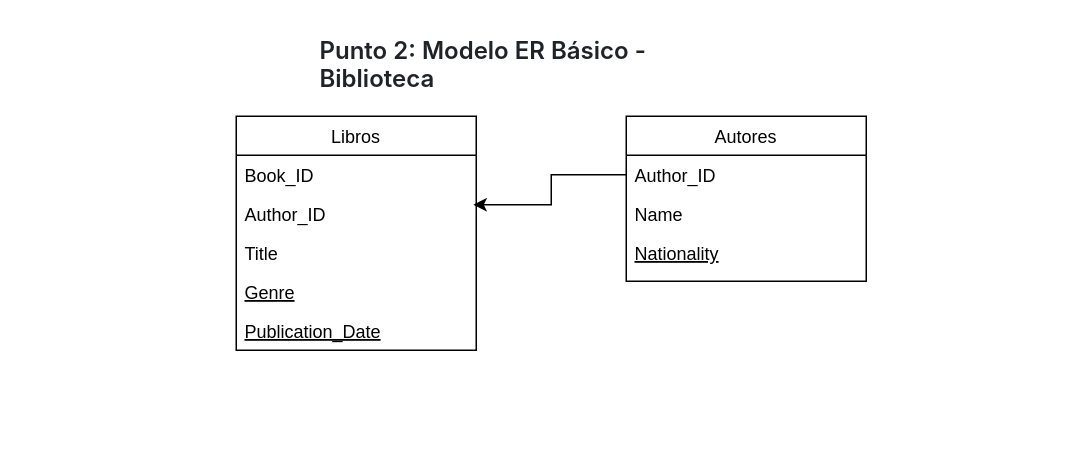
Above: Diagrama sin título.drawio in luiscarlos370/ProyectoFJS (draw.io), before the change. Source tidied: cells renumbered, new cells numbered last; positions are measured from the earlier drawing's top-left corner, leaving out a move shared by most shapes. Both pictures are drawn from the tidied source at 150%, with x=0, y=0 at pixel (236, 26).
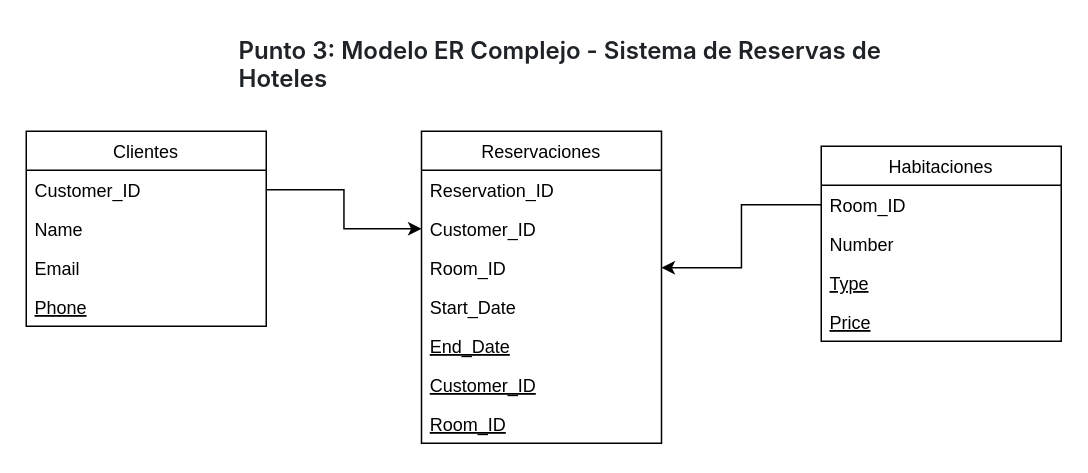
After the change.

Change to the diagram source:
```diff
@@
-    <mxCell id="2" value="Libros" style="swimlane;fontStyle=0;align=center;verticalAlign=top;horizontal=1;startSize=26;rounded=0;shadow=0;strokeWidth=1;" parent="1" vertex="1">
-      <mxGeometry y="60" width="160" height="156" as="geometry" />
+    <mxCell id="2" value="Clientes" style="swimlane;fontStyle=0;align=center;verticalAlign=top;horizontal=1;startSize=26;rounded=0;shadow=0;strokeWidth=1;" parent="1" vertex="1">
+      <mxGeometry x="-140" y="70" width="160" height="130" as="geometry" />
     </mxCell>
-    <mxCell id="3" value="Book_ID" style="text;align=left;verticalAlign=top;spacingLeft=4;spacingRight=4;overflow=hidden;points=[[0,0.5],[1,0.5]];portConstraint=eastwest;" parent="2" vertex="1">
+    <mxCell id="3" value="Customer_ID" style="text;align=left;verticalAlign=top;spacingLeft=4;spacingRight=4;overflow=hidden;points=[[0,0.5],[1,0.5]];portConstraint=eastwest;" parent="2" vertex="1">
       <mxGeometry y="26" width="160" height="26" as="geometry" />
     </mxCell>
-    <mxCell id="4" value="Author_ID" style="text;align=left;verticalAlign=top;spacingLeft=4;spacingRight=4;overflow=hidden;points=[[0,0.5],[1,0.5]];portConstraint=eastwest;" parent="2" vertex="1">
+    <mxCell id="4" value="Name" style="text;align=left;verticalAlign=top;spacingLeft=4;spacingRight=4;overflow=hidden;points=[[0,0.5],[1,0.5]];portConstraint=eastwest;" parent="2" vertex="1">
       <mxGeometry y="52" width="160" height="26" as="geometry" />
     </mxCell>
-    <mxCell id="5" value="Title" style="text;align=left;verticalAlign=top;spacingLeft=4;spacingRight=4;overflow=hidden;rounded=0;shadow=0;html=0;" parent="2" vertex="1">
+    <mxCell id="5" value="Email" style="text;align=left;verticalAlign=top;spacingLeft=4;spacingRight=4;overflow=hidden;rounded=0;shadow=0;html=0;" parent="2" vertex="1">
       <mxGeometry y="78" width="160" height="26" as="geometry" />
     </mxCell>
-    <mxCell id="6" value="Genre" style="text;align=left;verticalAlign=top;spacingLeft=4;spacingRight=4;overflow=hidden;fontStyle=4;" parent="2" vertex="1">
+    <mxCell id="6" value="Phone" style="text;align=left;verticalAlign=top;spacingLeft=4;spacingRight=4;overflow=hidden;fontStyle=4;" parent="2" vertex="1">
       <mxGeometry y="104" width="160" height="26" as="geometry" />
     </mxCell>
-    <mxCell id="7" value="Publication_Date" style="text;align=left;verticalAlign=top;spacingLeft=4;spacingRight=4;overflow=hidden;fontStyle=4;" parent="2" vertex="1">
-      <mxGeometry y="130" width="160" height="26" as="geometry" />
-    </mxCell>
-    <mxCell id="8" value="&lt;span style=&quot;box-sizing: border-box; font-weight: var(--base-text-weight-semibold, 600); color: rgb(31, 35, 40); font-family: -apple-system, BlinkMacSystemFont, &amp;quot;Segoe UI&amp;quot;, &amp;quot;Noto Sans&amp;quot;, Helvetica, Arial, sans-serif, &amp;quot;Apple Color Emoji&amp;quot;, &amp;quot;Segoe UI Emoji&amp;quot;; font-size: 16px; background-color: rgb(255, 255, 255);&quot;&gt;&lt;font style=&quot;box-sizing: border-box; vertical-align: inherit;&quot;&gt;Punto 2: Modelo ER Básico - Biblioteca&lt;/font&gt;&lt;/span&gt;" style="text;whiteSpace=wrap;html=1;" parent="1" vertex="1">
-      <mxGeometry x="54" width="296" height="40" as="geometry" />
+    <mxCell id="8" value="&lt;span style=&quot;box-sizing: border-box; font-weight: var(--base-text-weight-semibold, 600); color: rgb(31, 35, 40); font-family: -apple-system, BlinkMacSystemFont, &amp;quot;Segoe UI&amp;quot;, &amp;quot;Noto Sans&amp;quot;, Helvetica, Arial, sans-serif, &amp;quot;Apple Color Emoji&amp;quot;, &amp;quot;Segoe UI Emoji&amp;quot;; font-size: 16px; background-color: rgb(255, 255, 255);&quot;&gt;&lt;font style=&quot;box-sizing: border-box; vertical-align: inherit;&quot;&gt;Punto 3: Modelo ER Complejo - Sistema de Reservas de Hoteles&lt;/font&gt;&lt;/span&gt;" style="text;whiteSpace=wrap;html=1;" parent="1" vertex="1">
+      <mxGeometry width="476" height="40" as="geometry" />
     </mxCell>
-    <mxCell id="9" value="Autores" style="swimlane;fontStyle=0;align=center;verticalAlign=top;horizontal=1;startSize=26;rounded=0;shadow=0;strokeWidth=1;" parent="1" vertex="1">
-      <mxGeometry x="260" y="60" width="160" height="110" as="geometry" />
+    <mxCell id="9" value="Habitaciones" style="swimlane;fontStyle=0;align=center;verticalAlign=top;horizontal=1;startSize=26;rounded=0;shadow=0;strokeWidth=1;" parent="1" vertex="1">
+      <mxGeometry x="390" y="80" width="160" height="130" as="geometry" />
     </mxCell>
-    <mxCell id="10" value="Author_ID" style="text;align=left;verticalAlign=top;spacingLeft=4;spacingRight=4;overflow=hidden;points=[[0,0.5],[1,0.5]];portConstraint=eastwest;" parent="9" vertex="1">
+    <mxCell id="10" value="Room_ID" style="text;align=left;verticalAlign=top;spacingLeft=4;spacingRight=4;overflow=hidden;points=[[0,0.5],[1,0.5]];portConstraint=eastwest;" parent="9" vertex="1">
       <mxGeometry y="26" width="160" height="26" as="geometry" />
     </mxCell>
-    <mxCell id="11" value="Name" style="text;align=left;verticalAlign=top;spacingLeft=4;spacingRight=4;overflow=hidden;rounded=0;shadow=0;html=0;" parent="9" vertex="1">
+    <mxCell id="11" value="Number" style="text;align=left;verticalAlign=top;spacingLeft=4;spacingRight=4;overflow=hidden;rounded=0;shadow=0;html=0;" parent="9" vertex="1">
       <mxGeometry y="52" width="160" height="26" as="geometry" />
     </mxCell>
-    <mxCell id="12" value="Nationality" style="text;align=left;verticalAlign=top;spacingLeft=4;spacingRight=4;overflow=hidden;fontStyle=4;" parent="9" vertex="1">
+    <mxCell id="12" value="Type" style="text;align=left;verticalAlign=top;spacingLeft=4;spacingRight=4;overflow=hidden;fontStyle=4;" parent="9" vertex="1">
       <mxGeometry y="78" width="160" height="26" as="geometry" />
     </mxCell>
-    <mxCell id="13" style="edgeStyle=orthogonalEdgeStyle;rounded=0;jettySize=auto;html=1;entryX=0.988;entryY=0.269;entryDx=0;entryDy=0;entryPerimeter=0;" parent="1" edge="1" source="10" target="4">
-      <mxGeometry relative="1" as="geometry" />
-    </mxCell>
+    <mxCell id="14" value="Price" style="text;align=left;verticalAlign=top;spacingLeft=4;spacingRight=4;overflow=hidden;fontStyle=4;" parent="9" vertex="1">
+      <mxGeometry y="104" width="160" height="26" as="geometry" />
+    </mxCell>
+    <mxCell id="15" value="Reservaciones" style="swimlane;fontStyle=0;align=center;verticalAlign=top;horizontal=1;startSize=26;rounded=0;shadow=0;strokeWidth=1;" parent="1" vertex="1">
+      <mxGeometry x="123.5" y="70" width="160" height="208" as="geometry" />
+    </mxCell>
+    <mxCell id="16" value="Reservation_ID" style="text;align=left;verticalAlign=top;spacingLeft=4;spacingRight=4;overflow=hidden;" parent="15" vertex="1">
+      <mxGeometry y="26" width="160" height="26" as="geometry" />
+    </mxCell>
+    <mxCell id="17" value="Customer_ID" style="text;align=left;verticalAlign=top;spacingLeft=4;spacingRight=4;overflow=hidden;points=[[0,0.5],[1,0.5]];portConstraint=eastwest;" parent="15" vertex="1">
+      <mxGeometry y="52" width="160" height="26" as="geometry" />
+    </mxCell>
+    <mxCell id="18" value="Room_ID" style="text;align=left;verticalAlign=top;spacingLeft=4;spacingRight=4;overflow=hidden;points=[[0,0.5],[1,0.5]];portConstraint=eastwest;" parent="15" vertex="1">
+      <mxGeometry y="78" width="160" height="26" as="geometry" />
+    </mxCell>
+    <mxCell id="19" value="Start_Date" style="text;align=left;verticalAlign=top;spacingLeft=4;spacingRight=4;overflow=hidden;rounded=0;shadow=0;html=0;" parent="15" vertex="1">
+      <mxGeometry y="104" width="160" height="26" as="geometry" />
+    </mxCell>
+    <mxCell id="20" value="End_Date" style="text;align=left;verticalAlign=top;spacingLeft=4;spacingRight=4;overflow=hidden;fontStyle=4;" parent="15" vertex="1">
+      <mxGeometry y="130" width="160" height="26" as="geometry" />
+    </mxCell>
+    <mxCell id="21" value="Customer_ID" style="text;align=left;verticalAlign=top;spacingLeft=4;spacingRight=4;overflow=hidden;fontStyle=4;" parent="15" vertex="1">
+      <mxGeometry y="156" width="160" height="26" as="geometry" />
+    </mxCell>
+    <mxCell id="22" value="Room_ID" style="text;align=left;verticalAlign=top;spacingLeft=4;spacingRight=4;overflow=hidden;fontStyle=4;" parent="15" vertex="1">
+      <mxGeometry y="182" width="160" height="26" as="geometry" />
+    </mxCell>
+    <mxCell id="23" style="edgeStyle=orthogonalEdgeStyle;rounded=0;jettySize=auto;html=1;entryX=0;entryY=0.5;entryDx=0;entryDy=0;" parent="1" edge="1" source="3" target="17">
+      <mxGeometry relative="1" as="geometry" />
+    </mxCell>
+    <mxCell id="24" style="edgeStyle=orthogonalEdgeStyle;rounded=0;jettySize=auto;html=1;" parent="1" edge="1" source="10" target="18">
+      <mxGeometry relative="1" as="geometry" />
+    </mxCell>
```
